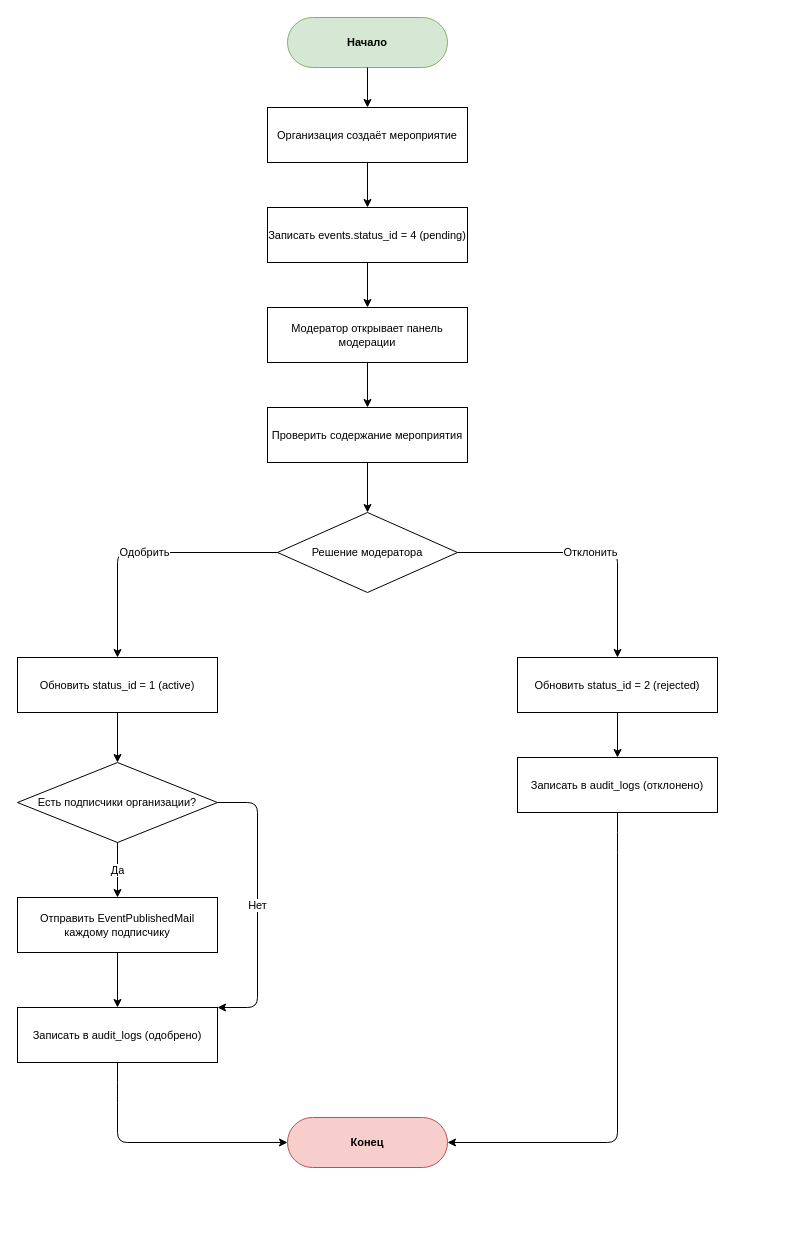
Earlier version of the draw.io diagram page "Модерация мероприятия" (3 of 7) of afisha-laravel/docs/algorithms.drawio (simonshant-cmyk/htdocs). Source tidied: cells renumbered, new cells numbered last; positions are measured from the earlier drawing's top-left corner, leaving out a move shared by most shapes. Both pictures are drawn from the tidied source at 100%, with x=0, y=0 at pixel (17, 17).
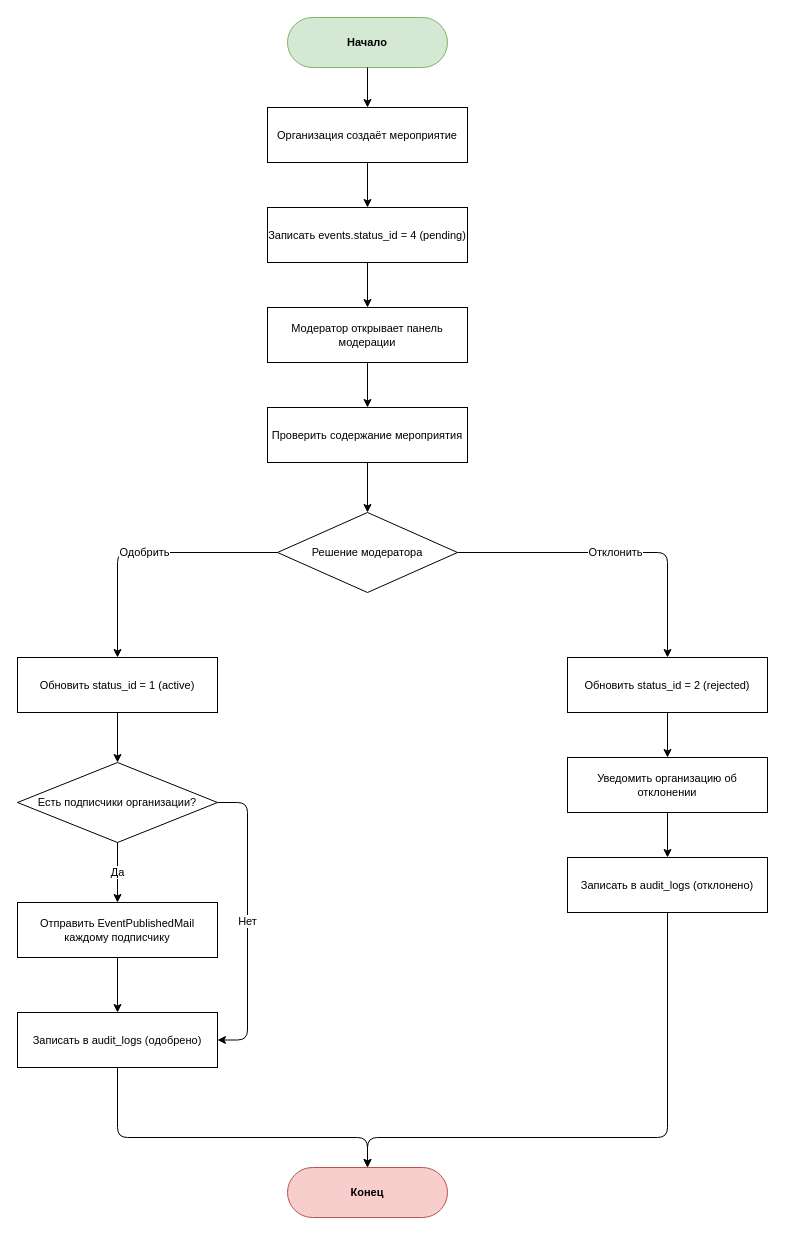
After the change.

The change refers to these unchanged cells:
```xml
<mxCell id="7" value="Решение модератора" style="rhombus;whiteSpace=wrap;html=1;verticalAlign=middle;fontSize=11;" parent="1" vertex="1">
  <mxGeometry x="260" y="495" width="180" height="80" as="geometry" />
</mxCell>
<mxCell id="9" value="Есть подписчики организации?" style="rhombus;whiteSpace=wrap;html=1;verticalAlign=middle;fontSize=11;" parent="1" vertex="1">
  <mxGeometry y="745" width="200" height="80" as="geometry" />
</mxCell>
```

Diff of the diagram source:
```diff
@@
     <mxCell id="10" value="Отправить EventPublishedMail каждому подписчику" style="rounded=0;whiteSpace=wrap;html=1;fontSize=11;" parent="1" vertex="1">
-      <mxGeometry y="880" width="200" height="55" as="geometry" />
+      <mxGeometry y="885" width="200" height="55" as="geometry" />
     </mxCell>
     <mxCell id="11" value="Записать в audit_logs (одобрено)" style="rounded=0;whiteSpace=wrap;html=1;fontSize=11;" parent="1" vertex="1">
-      <mxGeometry y="990" width="200" height="55" as="geometry" />
+      <mxGeometry y="995" width="200" height="55" as="geometry" />
     </mxCell>
     <mxCell id="12" value="Обновить status_id = 2 (rejected)" style="rounded=0;whiteSpace=wrap;html=1;fontSize=11;" parent="1" vertex="1">
-      <mxGeometry x="500" y="640" width="200" height="55" as="geometry" />
+      <mxGeometry x="550" y="640" width="200" height="55" as="geometry" />
     </mxCell>
-    <mxCell id="13" value="Записать в audit_logs (отклонено)" style="rounded=0;whiteSpace=wrap;html=1;fontSize=11;" parent="1" vertex="1">
-      <mxGeometry x="500" y="740" width="200" height="55" as="geometry" />
+    <mxCell id="13" value="Уведомить организацию об отклонении" style="rounded=0;whiteSpace=wrap;html=1;fontSize=11;" parent="1" vertex="1">
+      <mxGeometry x="550" y="740" width="200" height="55" as="geometry" />
     </mxCell>
+    <mxCell id="29" value="Записать в audit_logs (отклонено)" style="rounded=0;whiteSpace=wrap;html=1;fontSize=11;" parent="1" vertex="1">
+      <mxGeometry x="550" y="840" width="200" height="55" as="geometry" />
+    </mxCell>
     <mxCell id="14" value="Конец" style="rounded=1;whiteSpace=wrap;html=1;arcSize=50;fillColor=#f8cecc;strokeColor=#b85450;fontStyle=1;fontSize=11;" parent="1" vertex="1">
-      <mxGeometry x="270" y="1100" width="160" height="50" as="geometry" />
+      <mxGeometry x="270" y="1150" width="160" height="50" as="geometry" />
     </mxCell>
@@
     <mxCell id="21" value="Отклонить" style="edgeStyle=orthogonalEdgeStyle;html=1;exitX=1;exitY=0.5;exitDx=0;exitDy=0;entryX=0.5;entryY=0;entryDx=0;entryDy=0;" parent="1" edge="1" source="7" target="12">
       <mxGeometry relative="1" as="geometry">
         <Array as="points">
-          <mxPoint x="600" y="535" />
-          <mxPoint x="600" y="640" />
+          <mxPoint x="650" y="535" />
+          <mxPoint x="650" y="640" />
         </Array>
       </mxGeometry>
     </mxCell>
@@
-    <mxCell id="23" value="Да" style="edgeStyle=orthogonalEdgeStyle;html=1;exitX=0.5;exitY=1;exitDx=0;exitDy=0;" parent="1" edge="1" source="9" target="10">
+    <mxCell id="23" value="Да" style="edgeStyle=orthogonalEdgeStyle;html=1;exitX=0.5;exitY=1;exitDx=0;exitDy=0;entryX=0.5;entryY=0;entryDx=0;entryDy=0;" parent="1" edge="1" source="9" target="10">
       <mxGeometry relative="1" as="geometry" />
     </mxCell>
-    <mxCell id="24" value="Нет" style="edgeStyle=orthogonalEdgeStyle;html=1;exitX=1;exitY=0.5;exitDx=0;exitDy=0;entryX=1;entryY=0;entryDx=0;entryDy=0;" parent="1" edge="1" source="9" target="11">
+    <mxCell id="24" value="Нет" style="edgeStyle=orthogonalEdgeStyle;html=1;exitX=1;exitY=0.5;exitDx=0;exitDy=0;entryX=1;entryY=0.5;entryDx=0;entryDy=0;" parent="1" edge="1" source="9" target="11">
       <mxGeometry relative="1" as="geometry">
         <Array as="points">
-          <mxPoint x="240" y="785" />
-          <mxPoint x="240" y="990" />
+          <mxPoint x="230" y="785" />
+          <mxPoint x="230" y="1022" />
         </Array>
       </mxGeometry>
     </mxCell>
@@
+    <mxCell id="30" style="edgeStyle=orthogonalEdgeStyle;html=1;" parent="1" edge="1" source="13" target="29">
+      <mxGeometry relative="1" as="geometry" />
+    </mxCell>
-    <mxCell id="27" style="edgeStyle=orthogonalEdgeStyle;html=1;exitX=0.5;exitY=1;exitDx=0;exitDy=0;entryX=0;entryY=0.5;entryDx=0;entryDy=0;" parent="1" edge="1" source="11" target="14">
+    <mxCell id="27" style="edgeStyle=orthogonalEdgeStyle;html=1;exitX=0.5;exitY=1;exitDx=0;exitDy=0;entryX=0.5;entryY=0;entryDx=0;entryDy=0;" parent="1" edge="1" source="11" target="14">
       <mxGeometry relative="1" as="geometry">
         <Array as="points">
-          <mxPoint x="100" y="1075" />
-          <mxPoint x="100" y="1125" />
-          <mxPoint x="270" y="1125" />
+          <mxPoint x="100" y="1120" />
+          <mxPoint x="350" y="1120" />
         </Array>
       </mxGeometry>
     </mxCell>
-    <mxCell id="28" style="edgeStyle=orthogonalEdgeStyle;html=1;exitX=0.5;exitY=1;exitDx=0;exitDy=0;entryX=1;entryY=0.5;entryDx=0;entryDy=0;" parent="1" edge="1" source="13" target="14">
+    <mxCell id="28" style="edgeStyle=orthogonalEdgeStyle;html=1;exitX=0.5;exitY=1;exitDx=0;exitDy=0;entryX=0.5;entryY=0;entryDx=0;entryDy=0;" parent="1" edge="1" source="29" target="14">
       <mxGeometry relative="1" as="geometry">
         <Array as="points">
-          <mxPoint x="600" y="825" />
-          <mxPoint x="600" y="1125" />
-          <mxPoint x="430" y="1125" />
+          <mxPoint x="650" y="1120" />
+          <mxPoint x="350" y="1120" />
         </Array>
       </mxGeometry>
     </mxCell>
```
